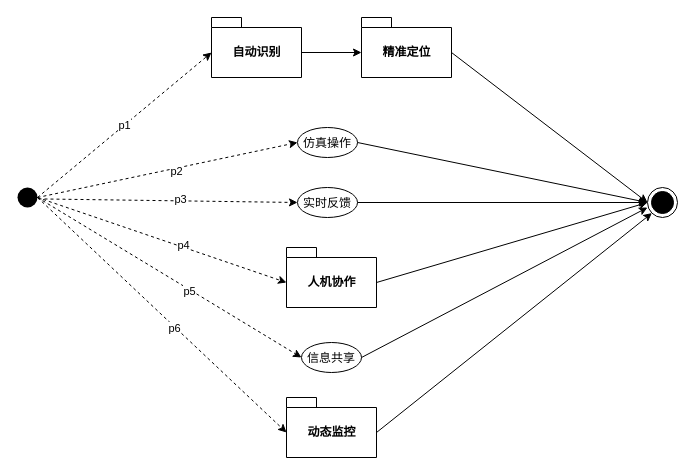
This is page "Page-1" (1 of 5) of Untitled Diagram.drawio from kikishao/cloud-project, a draw.io file, before an edit. Source tidied: cells renumbered, new cells numbered last; positions are measured from the earlier drawing's top-left corner, leaving out a move shared by most shapes. Both pictures are drawn from the tidied source at 100%, with x=0, y=0 at pixel (17, 17).
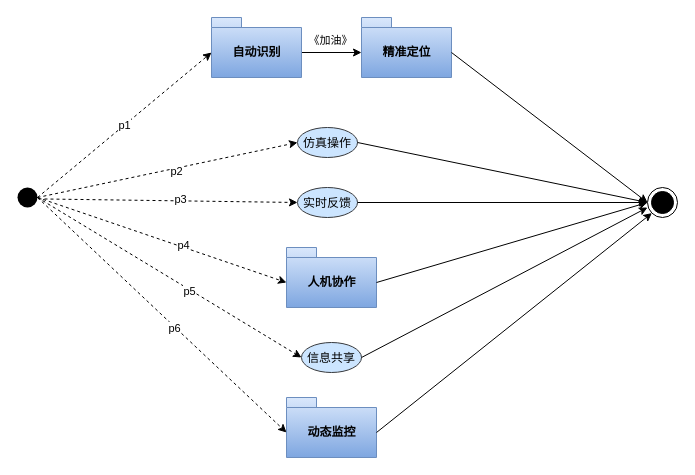
The same diagram, later.

Change to the diagram source:
```diff
@@
-    <mxCell id="4" value="精准定位" style="shape=folder;fontStyle=1;tabWidth=30;tabHeight=10;tabPosition=left;html=1;boundedLbl=1;" parent="1" vertex="1">
+    <mxCell id="4" value="精准定位" style="shape=folder;fontStyle=1;tabWidth=30;tabHeight=10;tabPosition=left;html=1;boundedLbl=1;fillColor=#dae8fc;gradientColor=#7ea6e0;strokeColor=#6c8ebf;" parent="1" vertex="1">
       <mxGeometry x="344" width="90" height="60" as="geometry" />
     </mxCell>
-    <mxCell id="5" value="人机协作" style="shape=folder;fontStyle=1;tabWidth=30;tabHeight=10;tabPosition=left;html=1;boundedLbl=1;" parent="1" vertex="1">
+    <mxCell id="5" value="人机协作" style="shape=folder;fontStyle=1;tabWidth=30;tabHeight=10;tabPosition=left;html=1;boundedLbl=1;fillColor=#dae8fc;gradientColor=#7ea6e0;strokeColor=#6c8ebf;" parent="1" vertex="1">
       <mxGeometry x="269" y="230" width="90" height="60" as="geometry" />
     </mxCell>
-    <mxCell id="6" value="仿真操作" style="ellipse;" parent="1" vertex="1">
+    <mxCell id="6" value="仿真操作" style="ellipse;fillColor=#cce5ff;strokeColor=#36393d;" parent="1" vertex="1">
       <mxGeometry x="280" y="110" width="60" height="30" as="geometry" />
     </mxCell>
-    <mxCell id="7" value="实时反馈" style="ellipse;" parent="1" vertex="1">
+    <mxCell id="7" value="实时反馈" style="ellipse;fillColor=#cce5ff;strokeColor=#36393d;" parent="1" vertex="1">
       <mxGeometry x="280" y="170" width="60" height="30" as="geometry" />
     </mxCell>
-    <mxCell id="8" value="信息共享" style="ellipse;" parent="1" vertex="1">
+    <mxCell id="8" value="信息共享" style="ellipse;fillColor=#cce5ff;strokeColor=#36393d;" parent="1" vertex="1">
       <mxGeometry x="284" y="325" width="60" height="30" as="geometry" />
     </mxCell>
@@
-    <mxCell id="10" value="自动识别" style="shape=folder;fontStyle=1;tabWidth=30;tabHeight=10;tabPosition=left;html=1;boundedLbl=1;" parent="1" vertex="1">
+    <mxCell id="10" value="自动识别" style="shape=folder;fontStyle=1;tabWidth=30;tabHeight=10;tabPosition=left;html=1;boundedLbl=1;fillColor=#dae8fc;gradientColor=#7ea6e0;strokeColor=#6c8ebf;" parent="1" vertex="1">
       <mxGeometry x="194" width="90" height="60" as="geometry" />
     </mxCell>
-    <mxCell id="11" value="动态监控" style="shape=folder;fontStyle=1;tabWidth=30;tabHeight=10;tabPosition=left;html=1;boundedLbl=1;" parent="1" vertex="1">
+    <mxCell id="11" value="动态监控" style="shape=folder;fontStyle=1;tabWidth=30;tabHeight=10;tabPosition=left;html=1;boundedLbl=1;fillColor=#dae8fc;gradientColor=#7ea6e0;strokeColor=#6c8ebf;" parent="1" vertex="1">
       <mxGeometry x="269" y="380" width="90" height="60" as="geometry" />
     </mxCell>
@@
+    <mxCell id="29" value="&lt;font style=&quot;font-size: 11px&quot;&gt;《加油》&lt;/font&gt;" style="text;html=1;strokeColor=none;fillColor=none;align=center;verticalAlign=middle;whiteSpace=wrap;rounded=0;fontFamily=Times New Roman;fontSize=18;" parent="1" vertex="1">
+      <mxGeometry x="284" y="11" width="59" height="20" as="geometry" />
+    </mxCell>
```
